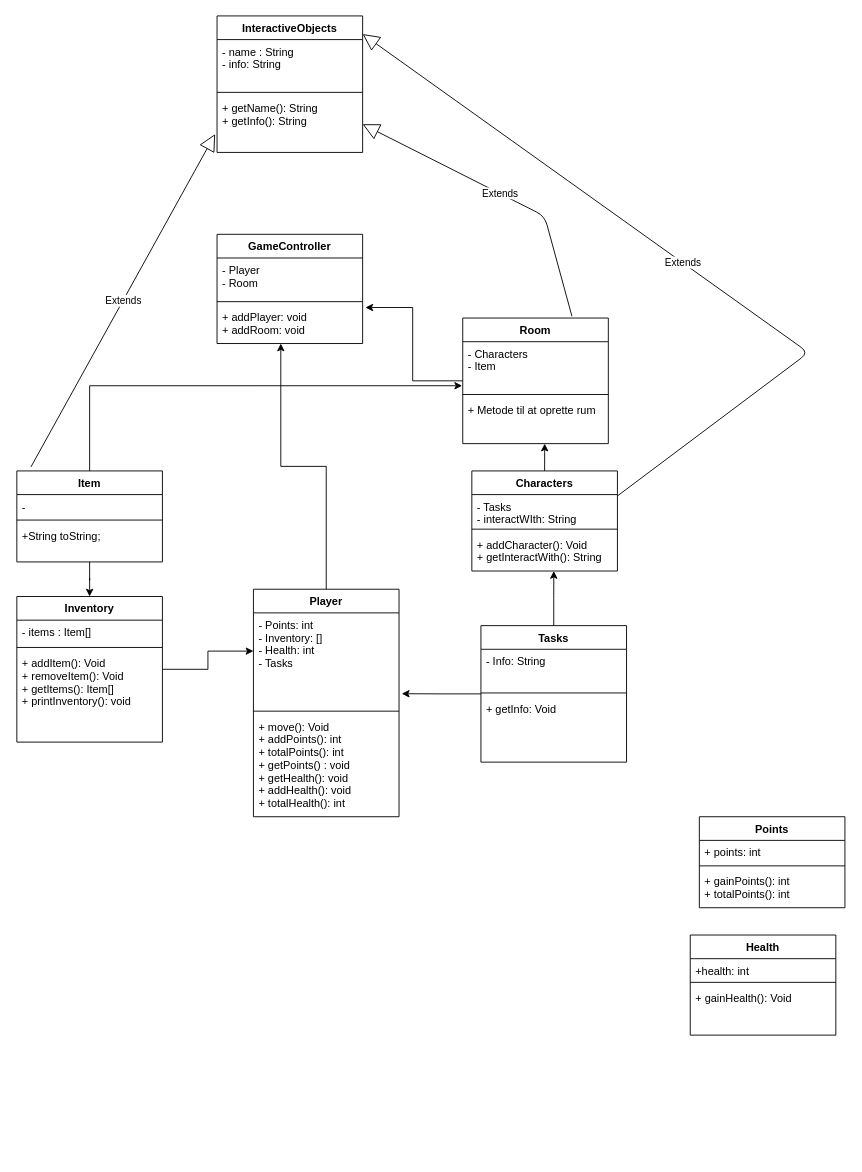
The draw.io diagram UML diagram.drawio in sival19/DenBedsteGruppe, before the edit. Source tidied: cells renumbered, new cells numbered last; positions are measured from the earlier drawing's top-left corner, leaving out a move shared by most shapes. Both pictures are drawn from the tidied source at 91%, with x=0, y=0 at pixel (16, 15).
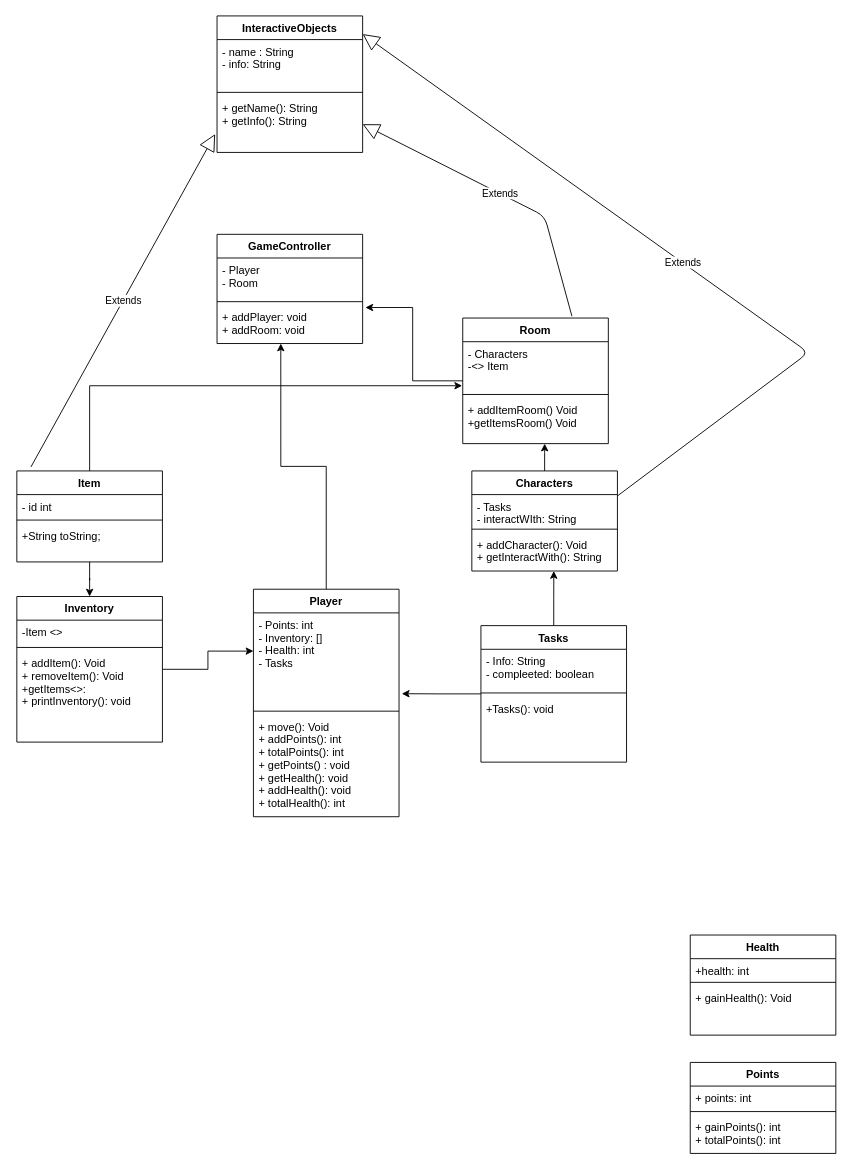
Above is the later version.

Unchanged cells that the change refers to:
```xml
<mxCell id="21" value="Item" style="swimlane;fontStyle=1;align=center;verticalAlign=top;horizontal=1;startSize=26;" parent="1" vertex="1">
  <mxGeometry y="500" width="160" height="100" as="geometry" />
</mxCell>
<mxCell id="27" value="Tasks" style="swimlane;fontStyle=1;align=center;verticalAlign=top;horizontal=1;startSize=26;" parent="1" vertex="1">
  <mxGeometry x="510" y="670" width="160" height="150" as="geometry" />
</mxCell>
<mxCell id="32" value="Room" style="swimlane;fontStyle=1;align=center;verticalAlign=top;horizontal=1;startSize=26;" parent="1" vertex="1">
  <mxGeometry x="490" y="332" width="160" height="138" as="geometry" />
</mxCell>
<mxCell id="42" value="Inventory" style="swimlane;fontStyle=1;align=center;verticalAlign=top;horizontal=1;startSize=26;" parent="1" vertex="1">
  <mxGeometry y="638" width="160" height="160" as="geometry" />
</mxCell>
```

What changed in the source:
```diff
@@
     <mxCell id="10" value="Points" style="swimlane;fontStyle=1;align=center;verticalAlign=top;horizontal=1;startSize=26;" parent="1" vertex="1">
-      <mxGeometry x="750" y="880" width="160" height="100" as="geometry" />
+      <mxGeometry x="740" y="1150" width="160" height="100" as="geometry" />
     </mxCell>
@@
-    <mxCell id="22" value="- " style="text;strokeColor=none;fillColor=none;align=left;verticalAlign=top;spacingLeft=4;spacingRight=4;overflow=hidden;" parent="21" vertex="1">
+    <mxCell id="22" value="- id int" style="text;strokeColor=none;fillColor=none;align=left;verticalAlign=top;spacingLeft=4;spacingRight=4;overflow=hidden;" parent="21" vertex="1">
       <mxGeometry y="26" width="160" height="24" as="geometry" />
     </mxCell>
@@
-    <mxCell id="28" value="- Info: String" style="text;strokeColor=none;fillColor=none;align=left;verticalAlign=top;spacingLeft=4;spacingRight=4;overflow=hidden;" parent="27" vertex="1">
+    <mxCell id="28" value="- Info: String&#10;- compleeted: boolean" style="text;strokeColor=none;fillColor=none;align=left;verticalAlign=top;spacingLeft=4;spacingRight=4;overflow=hidden;" parent="27" vertex="1">
       <mxGeometry y="26" width="160" height="44" as="geometry" />
     </mxCell>
@@
-    <mxCell id="30" value="+ getInfo: Void" style="text;strokeColor=none;fillColor=none;align=left;verticalAlign=top;spacingLeft=4;spacingRight=4;overflow=hidden;" parent="27" vertex="1">
+    <mxCell id="30" value="+Tasks(): void" style="text;strokeColor=none;fillColor=none;align=left;verticalAlign=top;spacingLeft=4;spacingRight=4;overflow=hidden;" parent="27" vertex="1">
       <mxGeometry y="78" width="160" height="72" as="geometry" />
     </mxCell>
@@
-    <mxCell id="33" value="- Characters&#10;- Item " style="text;strokeColor=none;fillColor=none;align=left;verticalAlign=top;spacingLeft=4;spacingRight=4;overflow=hidden;points=[[0,0.5],[1,0.5]];portConstraint=eastwest;" parent="32" vertex="1">
+    <mxCell id="33" value="- Characters&#10;-&lt;&gt; Item &#10;" style="text;strokeColor=none;fillColor=none;align=left;verticalAlign=top;spacingLeft=4;spacingRight=4;overflow=hidden;points=[[0,0.5],[1,0.5]];portConstraint=eastwest;" parent="32" vertex="1">
       <mxGeometry y="26" width="160" height="54" as="geometry" />
     </mxCell>
@@
-    <mxCell id="35" value="+ Metode til at oprette rum" style="text;strokeColor=none;fillColor=none;align=left;verticalAlign=top;spacingLeft=4;spacingRight=4;overflow=hidden;points=[[0,0.5],[1,0.5]];portConstraint=eastwest;" parent="32" vertex="1">
+    <mxCell id="35" value="+ addItemRoom() Void&#10;+getItemsRoom() Void" style="text;strokeColor=none;fillColor=none;align=left;verticalAlign=top;spacingLeft=4;spacingRight=4;overflow=hidden;points=[[0,0.5],[1,0.5]];portConstraint=eastwest;" parent="32" vertex="1">
       <mxGeometry y="88" width="160" height="50" as="geometry" />
     </mxCell>
@@
-    <mxCell id="43" value="- items : Item[]" style="text;strokeColor=none;fillColor=none;align=left;verticalAlign=top;spacingLeft=4;spacingRight=4;overflow=hidden;" parent="42" vertex="1">
+    <mxCell id="43" value="-Item &lt;&gt;" style="text;strokeColor=none;fillColor=none;align=left;verticalAlign=top;spacingLeft=4;spacingRight=4;overflow=hidden;" parent="42" vertex="1">
       <mxGeometry y="26" width="160" height="26" as="geometry" />
     </mxCell>
@@
-    <mxCell id="45" value="+ addItem(): Void &#10;+ removeItem(): Void&#10;+ getItems(): Item[]&#10;+ printInventory(): void" style="text;strokeColor=none;fillColor=none;align=left;verticalAlign=top;spacingLeft=4;spacingRight=4;overflow=hidden;" parent="42" vertex="1">
+    <mxCell id="45" value="+ addItem(): Void &#10;+ removeItem(): Void&#10;+getItems&lt;&gt;: &#10;+ printInventory(): void" style="text;strokeColor=none;fillColor=none;align=left;verticalAlign=top;spacingLeft=4;spacingRight=4;overflow=hidden;" parent="42" vertex="1">
       <mxGeometry y="60" width="160" height="100" as="geometry" />
     </mxCell>
```
